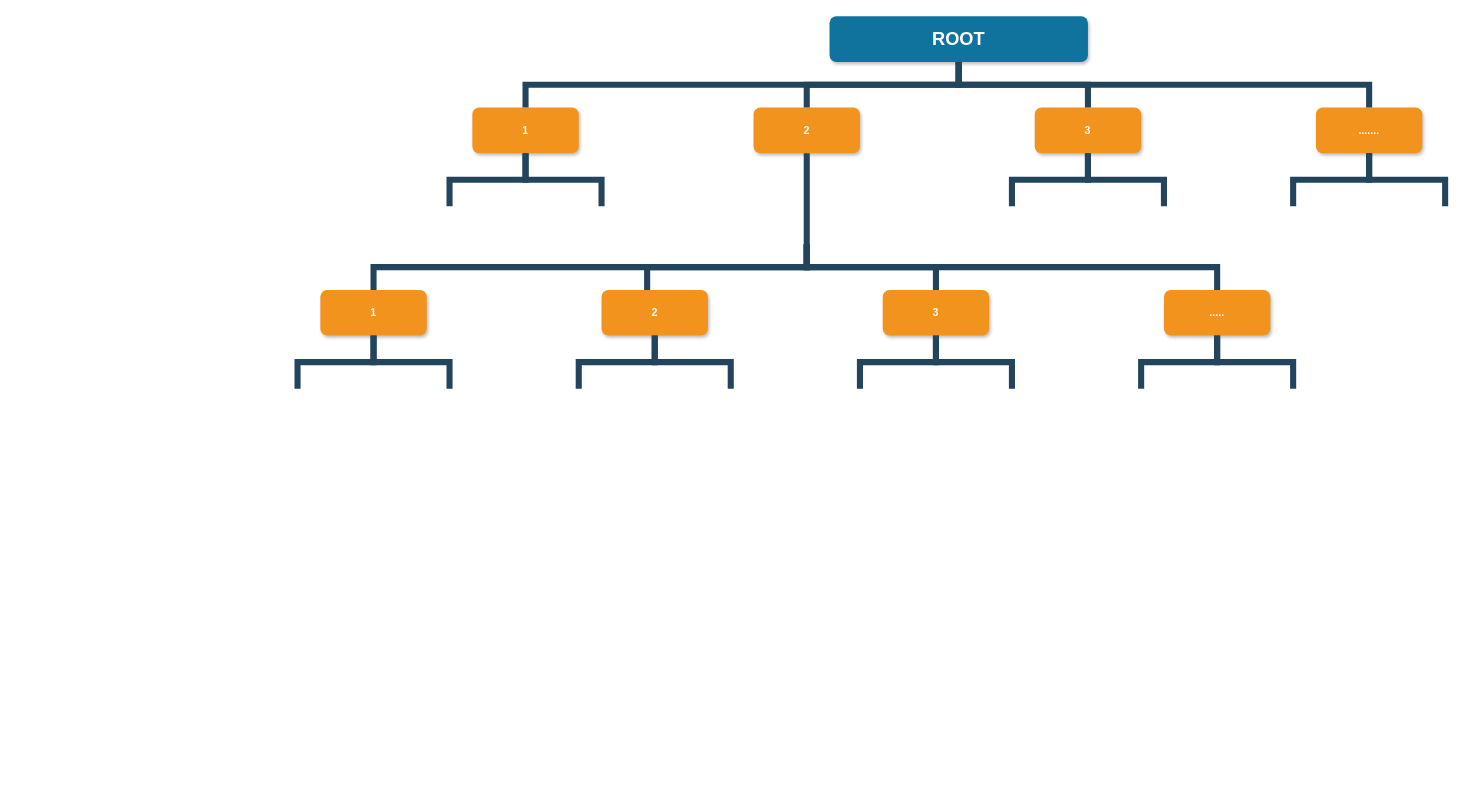
This is data/folder_hierarchy.drawio from PraAnj/hexadecimal-2fa-code-generator, a draw.io file, before an edit. Source tidied: cells renumbered, new cells numbered last; positions are measured from the earlier drawing's top-left corner, leaving out a move shared by most shapes. Both pictures are drawn from the tidied source at 76%, with x=0, y=0 at pixel (297, 16).
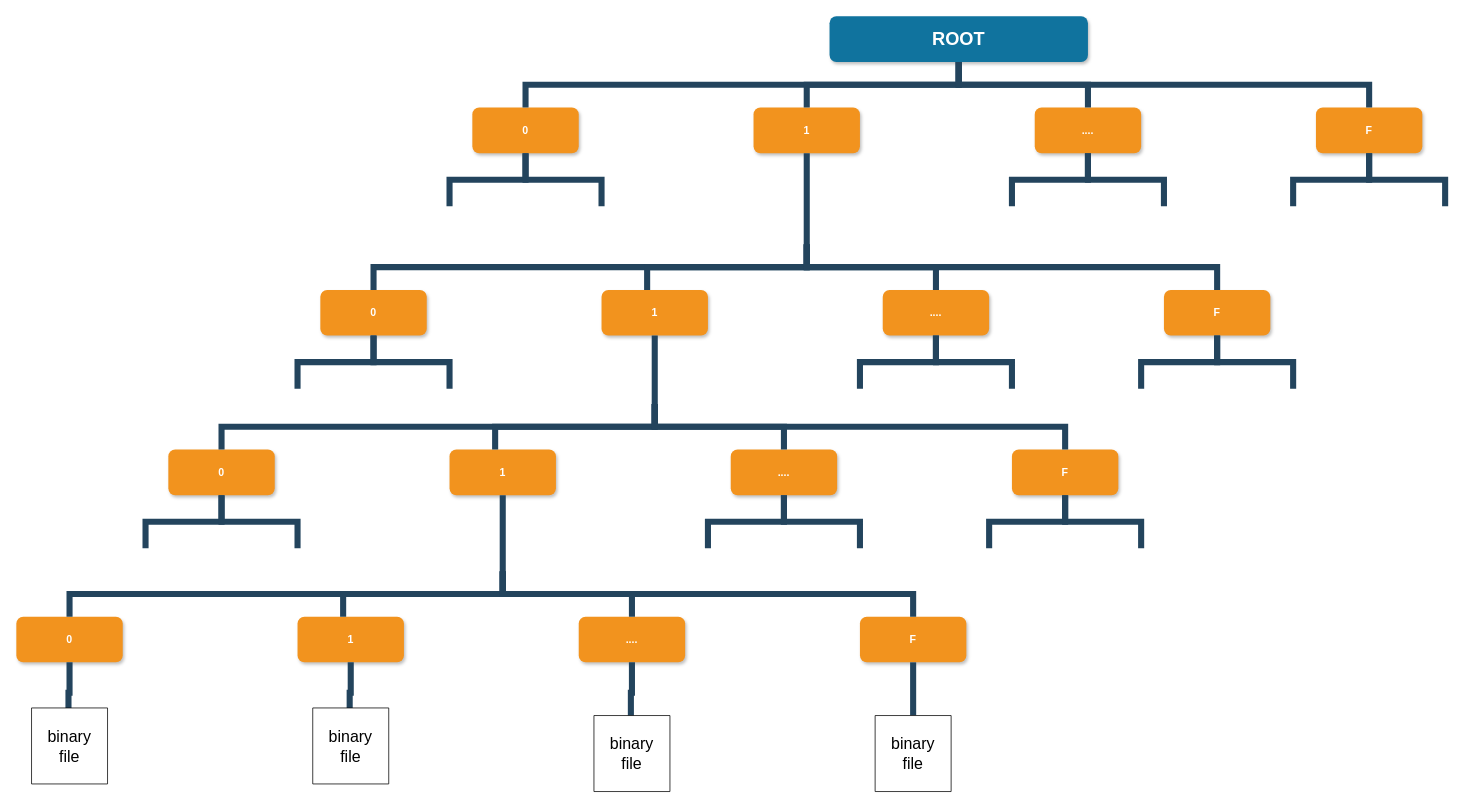
The same diagram, later.

What changed in the source:
```diff
@@
-    <mxCell id="3" value="1" style="whiteSpace=wrap;rounded=1;fillColor=#F2931E;strokeColor=none;shadow=1;fontColor=#FFFFFF;fontStyle=1;fontSize=14;" parent="1" vertex="1">
+    <mxCell id="3" value="0" style="whiteSpace=wrap;rounded=1;fillColor=#F2931E;strokeColor=none;shadow=1;fontColor=#FFFFFF;fontStyle=1;fontSize=14;" parent="1" vertex="1">
       <mxGeometry x="230" y="120" width="140" height="60" as="geometry" />
     </mxCell>
-    <mxCell id="4" value="2" style="whiteSpace=wrap;rounded=1;fillColor=#F2931E;strokeColor=none;shadow=1;fontColor=#FFFFFF;fontStyle=1;fontSize=14;" parent="1" vertex="1">
+    <mxCell id="4" value="1" style="whiteSpace=wrap;rounded=1;fillColor=#F2931E;strokeColor=none;shadow=1;fontColor=#FFFFFF;fontStyle=1;fontSize=14;" parent="1" vertex="1">
       <mxGeometry x="600" y="120" width="140" height="60" as="geometry" />
     </mxCell>
-    <mxCell id="5" value="3" style="whiteSpace=wrap;rounded=1;fillColor=#F2931E;strokeColor=none;shadow=1;fontColor=#FFFFFF;fontStyle=1;fontSize=14;" parent="1" vertex="1">
+    <mxCell id="5" value="...." style="whiteSpace=wrap;rounded=1;fillColor=#F2931E;strokeColor=none;shadow=1;fontColor=#FFFFFF;fontStyle=1;fontSize=14;" parent="1" vertex="1">
       <mxGeometry x="970" y="120" width="140" height="60" as="geometry" />
     </mxCell>
-    <mxCell id="6" value="......." style="whiteSpace=wrap;rounded=1;fillColor=#F2931E;strokeColor=none;shadow=1;fontColor=#FFFFFF;fontStyle=1;fontSize=14;" parent="1" vertex="1">
+    <mxCell id="6" value="F" style="whiteSpace=wrap;rounded=1;fillColor=#F2931E;strokeColor=none;shadow=1;fontColor=#FFFFFF;fontStyle=1;fontSize=14;" parent="1" vertex="1">
       <mxGeometry x="1340" y="120" width="140" height="60" as="geometry" />
     </mxCell>
@@
-    <mxCell id="17" value="1" style="whiteSpace=wrap;rounded=1;fillColor=#F2931E;strokeColor=none;shadow=1;fontColor=#FFFFFF;fontStyle=1;fontSize=14;" parent="1" vertex="1">
+    <mxCell id="17" value="0" style="whiteSpace=wrap;rounded=1;fillColor=#F2931E;strokeColor=none;shadow=1;fontColor=#FFFFFF;fontStyle=1;fontSize=14;" parent="1" vertex="1">
       <mxGeometry x="30" y="360" width="140" height="60" as="geometry" />
     </mxCell>
-    <mxCell id="18" value="2" style="whiteSpace=wrap;rounded=1;fillColor=#F2931E;strokeColor=none;shadow=1;fontColor=#FFFFFF;fontStyle=1;fontSize=14;" parent="1" vertex="1">
+    <mxCell id="18" value="1" style="whiteSpace=wrap;rounded=1;fillColor=#F2931E;strokeColor=none;shadow=1;fontColor=#FFFFFF;fontStyle=1;fontSize=14;" parent="1" vertex="1">
       <mxGeometry x="400" y="360" width="140" height="60" as="geometry" />
     </mxCell>
-    <mxCell id="19" value="3" style="whiteSpace=wrap;rounded=1;fillColor=#F2931E;strokeColor=none;shadow=1;fontColor=#FFFFFF;fontStyle=1;fontSize=14;" parent="1" vertex="1">
+    <mxCell id="19" value="...." style="whiteSpace=wrap;rounded=1;fillColor=#F2931E;strokeColor=none;shadow=1;fontColor=#FFFFFF;fontStyle=1;fontSize=14;" parent="1" vertex="1">
       <mxGeometry x="770" y="360" width="140" height="60" as="geometry" />
     </mxCell>
-    <mxCell id="20" value="....." style="whiteSpace=wrap;rounded=1;fillColor=#F2931E;strokeColor=none;shadow=1;fontColor=#FFFFFF;fontStyle=1;fontSize=14;" parent="1" vertex="1">
+    <mxCell id="20" value="F" style="whiteSpace=wrap;rounded=1;fillColor=#F2931E;strokeColor=none;shadow=1;fontColor=#FFFFFF;fontStyle=1;fontSize=14;" parent="1" vertex="1">
       <mxGeometry x="1140" y="360" width="140" height="60" as="geometry" />
     </mxCell>
@@
-    <mxCell id="23" style="edgeStyle=elbowEdgeStyle;elbow=vertical;rounded=0;fontColor=#000000;endArrow=none;endFill=0;strokeWidth=8;strokeColor=#23445D;" parent="1" edge="1" source="18">
-      <mxGeometry relative="1" as="geometry">
-        <mxPoint x="370" y="490" as="targetPoint" />
-      </mxGeometry>
-    </mxCell>
-    <mxCell id="24" style="edgeStyle=elbowEdgeStyle;elbow=vertical;rounded=0;fontColor=#000000;endArrow=none;endFill=0;strokeWidth=8;strokeColor=#23445D;" parent="1" edge="1" source="18">
-      <mxGeometry relative="1" as="geometry">
-        <mxPoint x="570" y="490" as="targetPoint" />
-      </mxGeometry>
-    </mxCell>
@@
+    <mxCell id="33" value="0" style="whiteSpace=wrap;rounded=1;fillColor=#F2931E;strokeColor=none;shadow=1;fontColor=#FFFFFF;fontStyle=1;fontSize=14;" parent="1" vertex="1">
+      <mxGeometry x="-170" y="570" width="140" height="60" as="geometry" />
+    </mxCell>
+    <mxCell id="34" value="1" style="whiteSpace=wrap;rounded=1;fillColor=#F2931E;strokeColor=none;shadow=1;fontColor=#FFFFFF;fontStyle=1;fontSize=14;" parent="1" vertex="1">
+      <mxGeometry x="200" y="570" width="140" height="60" as="geometry" />
+    </mxCell>
+    <mxCell id="35" value="...." style="whiteSpace=wrap;rounded=1;fillColor=#F2931E;strokeColor=none;shadow=1;fontColor=#FFFFFF;fontStyle=1;fontSize=14;" parent="1" vertex="1">
+      <mxGeometry x="570" y="570" width="140" height="60" as="geometry" />
+    </mxCell>
+    <mxCell id="36" value="F" style="whiteSpace=wrap;rounded=1;fillColor=#F2931E;strokeColor=none;shadow=1;fontColor=#FFFFFF;fontStyle=1;fontSize=14;" parent="1" vertex="1">
+      <mxGeometry x="940" y="570" width="140" height="60" as="geometry" />
+    </mxCell>
+    <mxCell id="37" style="edgeStyle=elbowEdgeStyle;elbow=vertical;rounded=0;fontColor=#000000;endArrow=none;endFill=0;strokeWidth=8;strokeColor=#23445D;" parent="1" edge="1" source="33">
+      <mxGeometry relative="1" as="geometry">
+        <mxPoint x="-200" y="700" as="targetPoint" />
+      </mxGeometry>
+    </mxCell>
+    <mxCell id="38" style="edgeStyle=elbowEdgeStyle;elbow=vertical;rounded=0;fontColor=#000000;endArrow=none;endFill=0;strokeWidth=8;strokeColor=#23445D;" parent="1" edge="1" source="33">
+      <mxGeometry relative="1" as="geometry">
+        <mxPoint y="700" as="targetPoint" />
+      </mxGeometry>
+    </mxCell>
+    <mxCell id="39" style="edgeStyle=elbowEdgeStyle;elbow=vertical;rounded=0;fontColor=#000000;endArrow=none;endFill=0;strokeWidth=8;strokeColor=#23445D;" parent="1" edge="1" source="35">
+      <mxGeometry relative="1" as="geometry">
+        <mxPoint x="540" y="700" as="targetPoint" />
+      </mxGeometry>
+    </mxCell>
+    <mxCell id="40" style="edgeStyle=elbowEdgeStyle;elbow=vertical;rounded=0;fontColor=#000000;endArrow=none;endFill=0;strokeWidth=8;strokeColor=#23445D;" parent="1" edge="1" source="35">
+      <mxGeometry relative="1" as="geometry">
+        <mxPoint x="740" y="700" as="targetPoint" />
+      </mxGeometry>
+    </mxCell>
+    <mxCell id="41" style="edgeStyle=elbowEdgeStyle;elbow=vertical;rounded=0;fontColor=#000000;endArrow=none;endFill=0;strokeWidth=8;strokeColor=#23445D;" parent="1" edge="1" source="36">
+      <mxGeometry relative="1" as="geometry">
+        <mxPoint x="910" y="700" as="targetPoint" />
+      </mxGeometry>
+    </mxCell>
+    <mxCell id="42" style="edgeStyle=elbowEdgeStyle;elbow=vertical;rounded=0;fontColor=#000000;endArrow=none;endFill=0;strokeWidth=8;strokeColor=#23445D;" parent="1" edge="1" source="36">
+      <mxGeometry relative="1" as="geometry">
+        <mxPoint x="1110" y="700" as="targetPoint" />
+      </mxGeometry>
+    </mxCell>
+    <mxCell id="43" style="edgeStyle=elbowEdgeStyle;elbow=vertical;rounded=0;fontColor=#000000;endArrow=none;endFill=0;strokeWidth=8;strokeColor=#23445D;" parent="1" edge="1" target="33">
+      <mxGeometry relative="1" as="geometry">
+        <mxPoint x="470" y="510" as="sourcePoint" />
+      </mxGeometry>
+    </mxCell>
+    <mxCell id="44" style="edgeStyle=elbowEdgeStyle;elbow=vertical;rounded=0;fontColor=#000000;endArrow=none;endFill=0;strokeWidth=8;strokeColor=#23445D;" parent="1" edge="1">
+      <mxGeometry relative="1" as="geometry">
+        <mxPoint x="470" y="510" as="sourcePoint" />
+        <mxPoint x="260" y="570" as="targetPoint" />
+      </mxGeometry>
+    </mxCell>
+    <mxCell id="45" style="edgeStyle=elbowEdgeStyle;elbow=vertical;rounded=0;fontColor=#000000;endArrow=none;endFill=0;strokeWidth=8;strokeColor=#23445D;" parent="1" edge="1" target="35">
+      <mxGeometry relative="1" as="geometry">
+        <mxPoint x="470" y="510" as="sourcePoint" />
+      </mxGeometry>
+    </mxCell>
+    <mxCell id="46" style="edgeStyle=elbowEdgeStyle;elbow=vertical;rounded=0;fontColor=#000000;endArrow=none;endFill=0;strokeWidth=8;strokeColor=#23445D;" parent="1" edge="1">
+      <mxGeometry relative="1" as="geometry">
+        <mxPoint x="470" y="420" as="sourcePoint" />
+        <mxPoint x="1010" y="570" as="targetPoint" />
+        <Array as="points">
+          <mxPoint x="740" y="540" />
+        </Array>
+      </mxGeometry>
+    </mxCell>
+    <mxCell id="47" value="0" style="whiteSpace=wrap;rounded=1;fillColor=#F2931E;strokeColor=none;shadow=1;fontColor=#FFFFFF;fontStyle=1;fontSize=14;" parent="1" vertex="1">
+      <mxGeometry x="-370" y="790" width="140" height="60" as="geometry" />
+    </mxCell>
+    <mxCell id="48" value="1" style="whiteSpace=wrap;rounded=1;fillColor=#F2931E;strokeColor=none;shadow=1;fontColor=#FFFFFF;fontStyle=1;fontSize=14;" parent="1" vertex="1">
+      <mxGeometry y="790" width="140" height="60" as="geometry" />
+    </mxCell>
+    <mxCell id="49" value="...." style="whiteSpace=wrap;rounded=1;fillColor=#F2931E;strokeColor=none;shadow=1;fontColor=#FFFFFF;fontStyle=1;fontSize=14;" parent="1" vertex="1">
+      <mxGeometry x="370" y="790" width="140" height="60" as="geometry" />
+    </mxCell>
+    <mxCell id="50" value="F" style="whiteSpace=wrap;rounded=1;fillColor=#F2931E;strokeColor=none;shadow=1;fontColor=#FFFFFF;fontStyle=1;fontSize=14;" parent="1" vertex="1">
+      <mxGeometry x="740" y="790" width="140" height="60" as="geometry" />
+    </mxCell>
+    <mxCell id="51" style="edgeStyle=elbowEdgeStyle;elbow=vertical;rounded=0;fontColor=#000000;endArrow=none;endFill=0;strokeWidth=8;strokeColor=#23445D;" parent="1" edge="1" source="50">
+      <mxGeometry relative="1" as="geometry">
+        <mxPoint x="810" y="920" as="targetPoint" />
+      </mxGeometry>
+    </mxCell>
+    <mxCell id="52" style="edgeStyle=elbowEdgeStyle;elbow=vertical;rounded=0;fontColor=#000000;endArrow=none;endFill=0;strokeWidth=8;strokeColor=#23445D;" parent="1" edge="1" target="47">
+      <mxGeometry relative="1" as="geometry">
+        <mxPoint x="270" y="730" as="sourcePoint" />
+      </mxGeometry>
+    </mxCell>
+    <mxCell id="53" style="edgeStyle=elbowEdgeStyle;elbow=vertical;rounded=0;fontColor=#000000;endArrow=none;endFill=0;strokeWidth=8;strokeColor=#23445D;" parent="1" edge="1">
+      <mxGeometry relative="1" as="geometry">
+        <mxPoint x="270" y="730" as="sourcePoint" />
+        <mxPoint x="60" y="790" as="targetPoint" />
+      </mxGeometry>
+    </mxCell>
+    <mxCell id="54" style="edgeStyle=elbowEdgeStyle;elbow=vertical;rounded=0;fontColor=#000000;endArrow=none;endFill=0;strokeWidth=8;strokeColor=#23445D;" parent="1" edge="1" target="49">
+      <mxGeometry relative="1" as="geometry">
+        <mxPoint x="270" y="730" as="sourcePoint" />
+      </mxGeometry>
+    </mxCell>
+    <mxCell id="55" style="edgeStyle=elbowEdgeStyle;elbow=vertical;rounded=0;fontColor=#000000;endArrow=none;endFill=0;strokeWidth=8;strokeColor=#23445D;" parent="1" edge="1" source="34">
+      <mxGeometry relative="1" as="geometry">
+        <mxPoint x="810" y="790" as="targetPoint" />
+        <Array as="points">
+          <mxPoint x="540" y="760" />
+        </Array>
+      </mxGeometry>
+    </mxCell>
+    <mxCell id="56" style="edgeStyle=elbowEdgeStyle;elbow=vertical;rounded=0;fontColor=#000000;endArrow=none;endFill=0;strokeWidth=8;strokeColor=#23445D;" parent="1" edge="1" source="49">
+      <mxGeometry relative="1" as="geometry">
+        <mxPoint x="438.6" y="930" as="targetPoint" />
+      </mxGeometry>
+    </mxCell>
+    <mxCell id="57" style="edgeStyle=elbowEdgeStyle;elbow=vertical;rounded=0;fontColor=#000000;endArrow=none;endFill=0;strokeWidth=8;strokeColor=#23445D;" parent="1" edge="1" source="48">
+      <mxGeometry relative="1" as="geometry">
+        <mxPoint x="68.6" y="930" as="targetPoint" />
+      </mxGeometry>
+    </mxCell>
+    <mxCell id="58" style="edgeStyle=elbowEdgeStyle;elbow=vertical;rounded=0;fontColor=#000000;endArrow=none;endFill=0;strokeWidth=8;strokeColor=#23445D;" parent="1" edge="1" source="47">
+      <mxGeometry relative="1" as="geometry">
+        <mxPoint x="-301.4" y="930" as="targetPoint" />
+      </mxGeometry>
+    </mxCell>
+    <mxCell id="59" value="&lt;font style=&quot;font-size: 21px&quot;&gt;binary&lt;br&gt;file&lt;/font&gt;" style="shape=note;size=0;whiteSpace=wrap;html=1;" parent="1" vertex="1">
+      <mxGeometry x="760" y="920" width="100" height="100" as="geometry" />
+    </mxCell>
+    <mxCell id="60" value="&lt;font style=&quot;font-size: 21px&quot;&gt;binary&lt;br&gt;file&lt;/font&gt;" style="shape=note;size=0;whiteSpace=wrap;html=1;" parent="1" vertex="1">
+      <mxGeometry x="390" y="920" width="100" height="100" as="geometry" />
+    </mxCell>
+    <mxCell id="61" value="&lt;font style=&quot;font-size: 21px&quot;&gt;binary&lt;br&gt;file&lt;/font&gt;" style="shape=note;size=0;whiteSpace=wrap;html=1;" parent="1" vertex="1">
+      <mxGeometry x="20" y="910" width="100" height="100" as="geometry" />
+    </mxCell>
+    <mxCell id="62" value="&lt;font style=&quot;font-size: 21px&quot;&gt;binary&lt;br&gt;file&lt;/font&gt;" style="shape=note;size=0;whiteSpace=wrap;html=1;" parent="1" vertex="1">
+      <mxGeometry x="-350" y="910" width="100" height="100" as="geometry" />
+    </mxCell>
```
